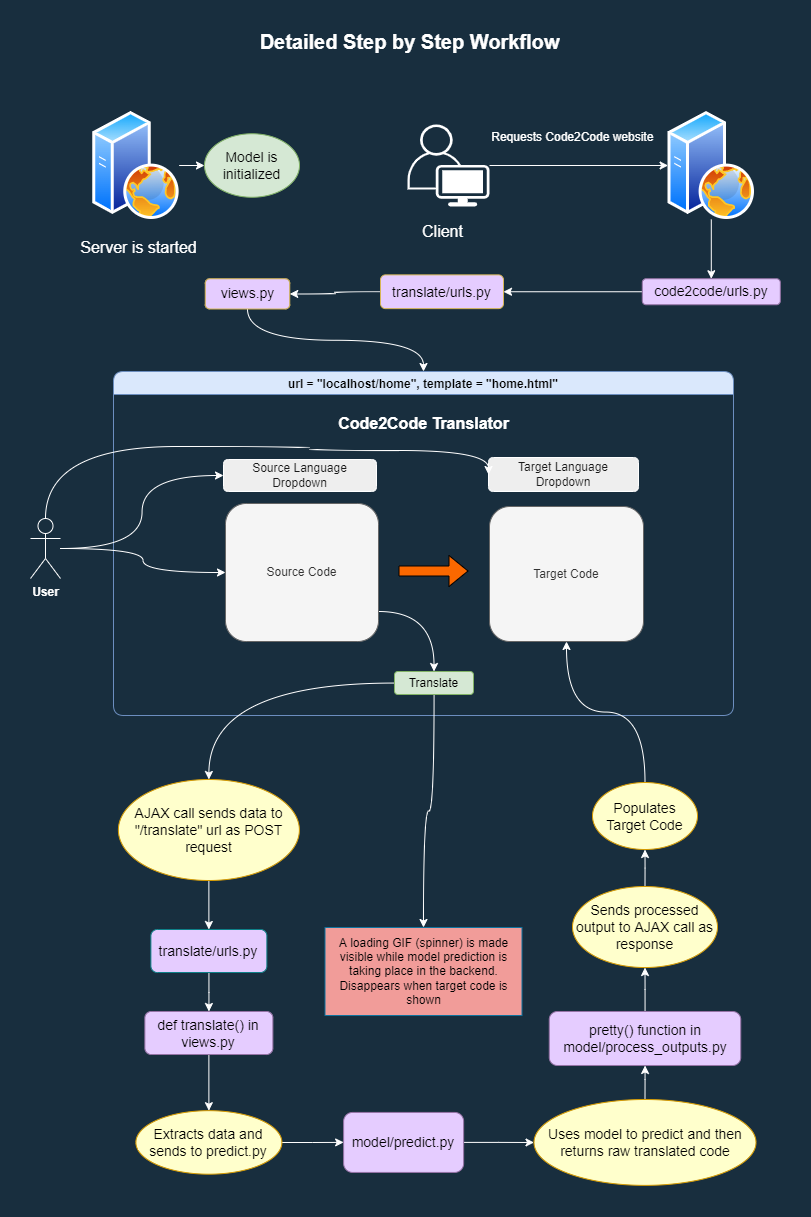
Before: translate/static/media/Detailed workflow.png, a diagram exported from draw.io (anirudhlakkaraju/code2code). Source tidied: cells renumbered, new cells last; positions are measured from the earlier drawing's top-left corner, leaving out a move shared by most shapes.
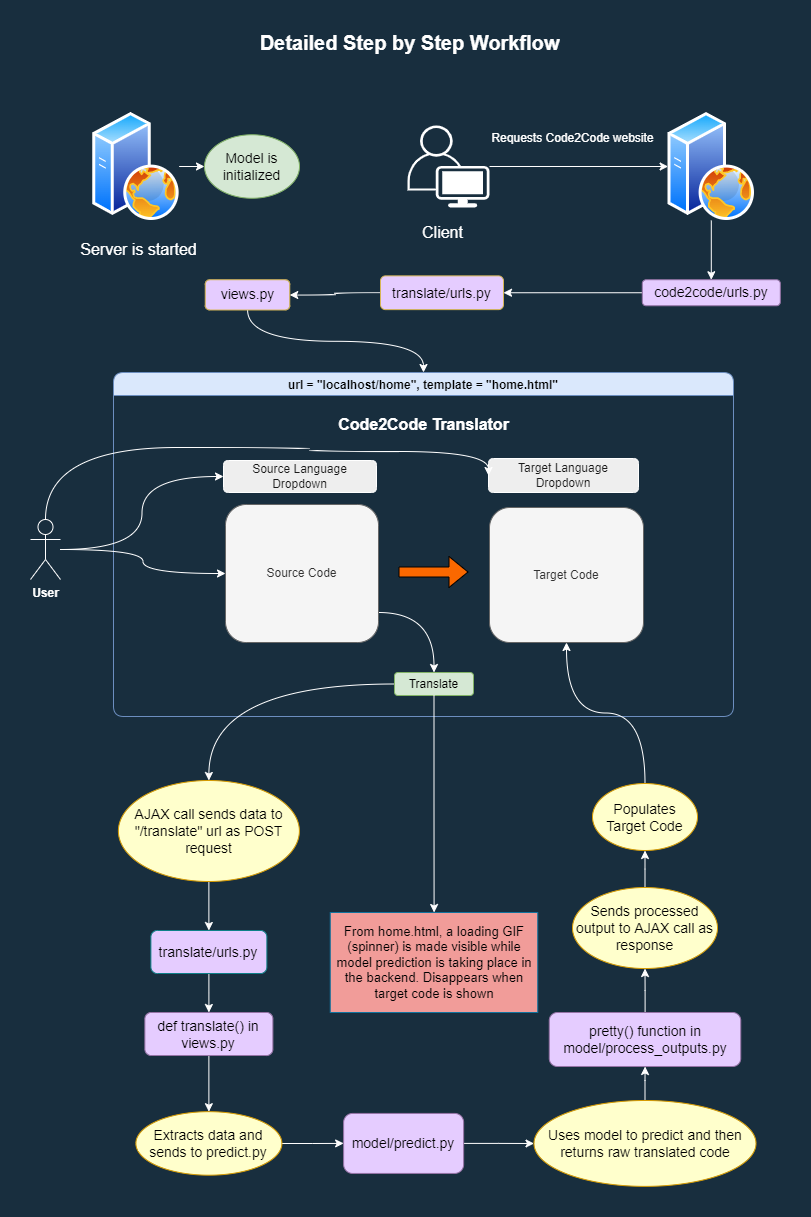
The same file after the commit.

Commit message:
added detailed flowchart

What changed in the source:
```diff
@@ -58,8 +58,8 @@
     <mxCell id="15" value="&lt;font color=&quot;#ffffff&quot;&gt;&lt;b&gt;User&lt;/b&gt;&lt;/font&gt;" style="shape=umlActor;verticalLabelPosition=bottom;verticalAlign=top;html=1;outlineConnect=0;rounded=1;fillColor=none;strokeColor=#FFFFFF;fontColor=#1A1A1A;" parent="1" vertex="1">
       <mxGeometry y="487" width="30" height="60" as="geometry" />
     </mxCell>
-    <mxCell id="16" value="A loading GIF (spinner) is made visible while model prediction is taking place in the backend. Disappears when target code is shown" style="whiteSpace=wrap;html=1;fillColor=#F19C99;strokeColor=#10739e;" parent="1" vertex="1">
-      <mxGeometry x="294.5" y="896" width="197" height="88" as="geometry" />
+    <mxCell id="16" value="From home.html, a loading GIF (spinner) is made visible while model prediction is taking place in the backend. Disappears when target code is shown" style="whiteSpace=wrap;html=1;fillColor=#F19C99;strokeColor=#10739e;fontSize=13;" parent="1" vertex="1">
+      <mxGeometry x="299.8" y="880" width="207.5" height="100" as="geometry" />
     </mxCell>
     <mxCell id="17" value="&lt;font style=&quot;font-size: 20px;&quot; color=&quot;#ffffff&quot;&gt;&lt;b style=&quot;&quot;&gt;Detailed Step by Step Workflow&lt;/b&gt;&lt;/font&gt;" style="text;html=1;align=center;verticalAlign=middle;strokeColor=none;fillColor=none;fontColor=#FFFFFFFFFF;" parent="1" vertex="1">
       <mxGeometry x="224" width="310" height="20" as="geometry" />
```
